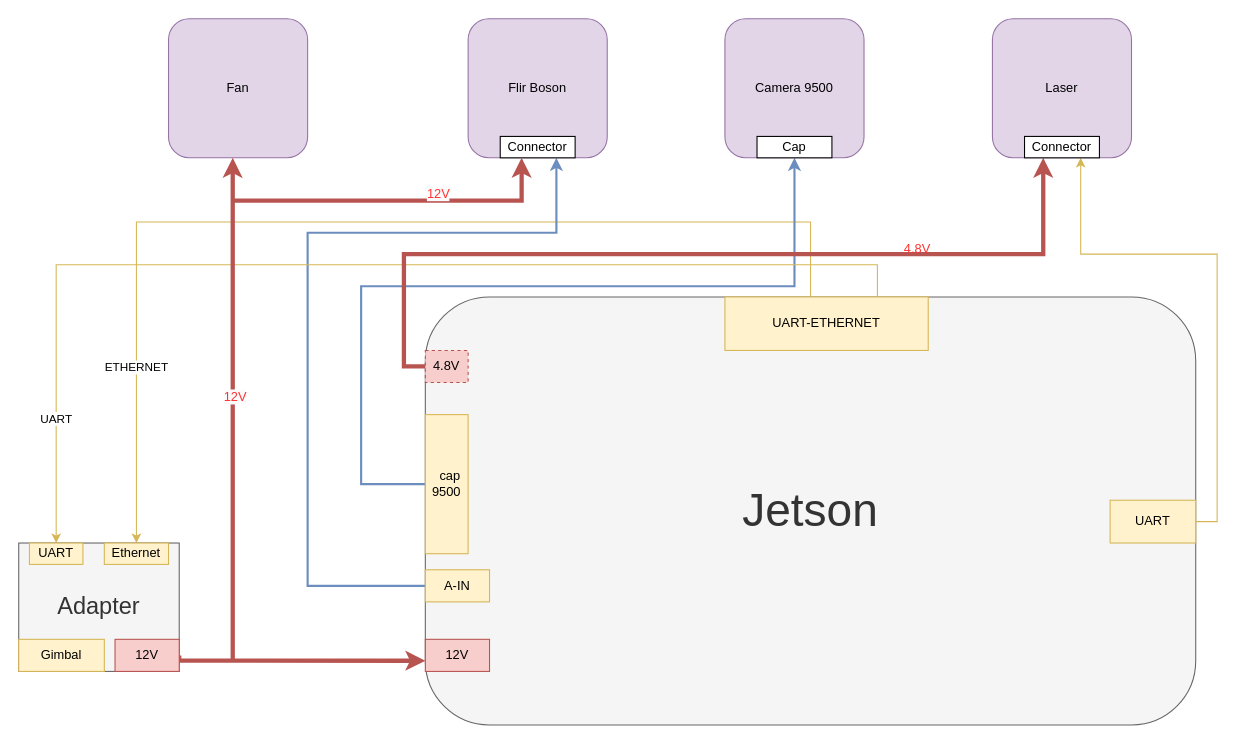
This is Biểu đồ không có tiêu đề.drawio from quang-coder/quang, a draw.io file, before an edit. Source tidied: cells renumbered, new cells numbered last; positions are measured from the earlier drawing's top-left corner, leaving out a move shared by most shapes. Both pictures are drawn from the tidied source at 107%, with x=0, y=0 at pixel (18, 18).
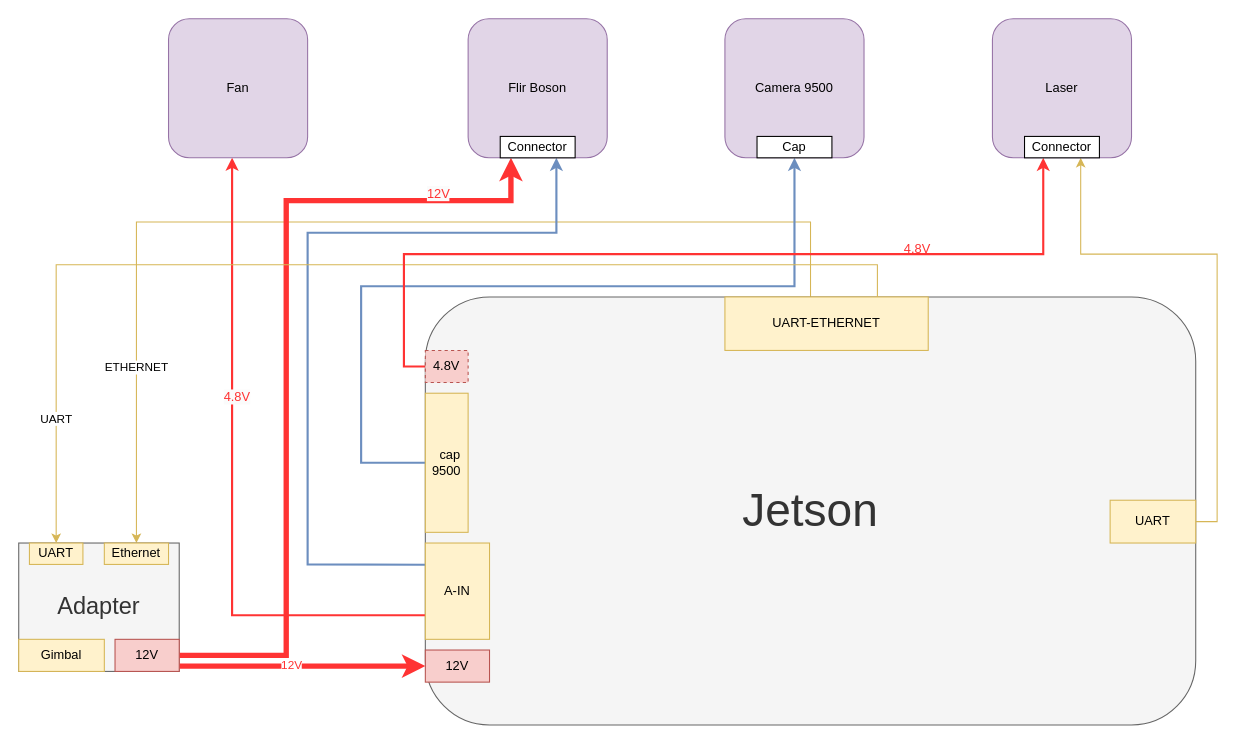
The same page after the edit.

Commit message:
Cập nhật Biểu đồ không có tiêu đề.drawio

Unchanged cells that the change refers to:
```xml
<mxCell id="7" value="12V" style="rounded=0;whiteSpace=wrap;html=1;fillColor=#f8cecc;strokeColor=#b85450;" parent="1" vertex="1">
  <mxGeometry x="90" y="580" width="60" height="30" as="geometry" />
</mxCell>
<mxCell id="19" value="4.8V" style="rounded=0;whiteSpace=wrap;html=1;dashed=1;fillColor=#f8cecc;strokeColor=#b85450;" parent="1" vertex="1">
  <mxGeometry x="380" y="310" width="40" height="30" as="geometry" />
</mxCell>
<mxCell id="23" value="Connector" style="rounded=0;whiteSpace=wrap;html=1;" parent="1" vertex="1">
  <mxGeometry x="450" y="110" width="70" height="20" as="geometry" />
</mxCell>
<mxCell id="24" value="Cap" style="rounded=0;whiteSpace=wrap;html=1;" parent="1" vertex="1">
  <mxGeometry x="690" y="110" width="70" height="20" as="geometry" />
</mxCell>
<mxCell id="25" value="Connector" style="rounded=0;whiteSpace=wrap;html=1;" parent="1" vertex="1">
  <mxGeometry x="940" y="110" width="70" height="20" as="geometry" />
</mxCell>
<mxCell id="29" value="Fan" style="rounded=1;whiteSpace=wrap;html=1;fillColor=#e1d5e7;strokeColor=#9673a6;" parent="1" vertex="1">
  <mxGeometry x="140" width="130" height="130" as="geometry" />
</mxCell>
```

What changed in the source:
```diff
@@
-    <mxCell id="6" style="edgeStyle=orthogonalEdgeStyle;rounded=0;jettySize=auto;html=1;exitX=1;exitY=0.5;exitDx=0;exitDy=0;entryX=0;entryY=0.667;entryDx=0;entryDy=0;fillColor=#f8cecc;strokeColor=#b85450;entryPerimeter=0;strokeWidth=4;" parent="1" edge="1" source="7" target="8">
+    <mxCell id="6" style="edgeStyle=orthogonalEdgeStyle;rounded=0;jettySize=auto;html=1;entryX=0;entryY=0.5;entryDx=0;entryDy=0;strokeWidth=5;strokeColor=#FF3333;" parent="1" edge="1" source="7" target="8">
       <mxGeometry relative="1" as="geometry">
         <Array as="points">
-          <mxPoint x="150" y="600" />
+          <mxPoint x="210" y="605" />
+          <mxPoint x="210" y="605" />
         </Array>
       </mxGeometry>
     </mxCell>
+    <mxCell id="35" value="&lt;font color=&quot;#ff3333&quot;&gt;12V&lt;/font&gt;" style="edgeLabel;html=1;align=center;verticalAlign=middle;" parent="6" vertex="1">
+      <mxGeometry x="-0.1" y="2" relative="1" as="geometry" />
+    </mxCell>
+    <mxCell id="36" style="edgeStyle=orthogonalEdgeStyle;rounded=0;jettySize=auto;html=1;entryX=0.143;entryY=1;entryDx=0;entryDy=0;entryPerimeter=0;strokeWidth=5;strokeColor=#FF3333;" parent="1" edge="1" source="7" target="23">
+      <mxGeometry relative="1" as="geometry">
+        <Array as="points">
+          <mxPoint x="250" y="595" />
+          <mxPoint x="250" y="170" />
+          <mxPoint x="460" y="170" />
+        </Array>
+      </mxGeometry>
+    </mxCell>
@@
     <mxCell id="8" value="12V" style="rounded=0;whiteSpace=wrap;html=1;fillColor=#f8cecc;strokeColor=#b85450;" parent="1" vertex="1">
-      <mxGeometry x="380" y="580" width="60" height="30" as="geometry" />
+      <mxGeometry x="380" y="590" width="60" height="30" as="geometry" />
     </mxCell>
-    <mxCell id="9" style="edgeStyle=orthogonalEdgeStyle;rounded=0;jettySize=auto;html=1;exitX=0;exitY=0.5;exitDx=0;exitDy=0;entryX=0.75;entryY=1;entryDx=0;entryDy=0;fillColor=#dae8fc;strokeColor=#6c8ebf;strokeWidth=2;" parent="1" edge="1" source="10" target="23">
+    <mxCell id="9" style="edgeStyle=orthogonalEdgeStyle;rounded=0;jettySize=auto;html=1;exitX=-0.033;exitY=0.226;exitDx=0;exitDy=0;entryX=0.75;entryY=1;entryDx=0;entryDy=0;fillColor=#dae8fc;strokeColor=#6c8ebf;strokeWidth=2;exitPerimeter=0;" parent="1" edge="1" source="10" target="23">
       <mxGeometry relative="1" as="geometry">
         <Array as="points">
-          <mxPoint x="270" y="530" />
+          <mxPoint x="380" y="510" />
+          <mxPoint x="270" y="510" />
           <mxPoint x="270" y="200" />
-          <mxPoint x="503" y="200" />
+          <mxPoint x="502" y="200" />
         </Array>
       </mxGeometry>
     </mxCell>
+    <mxCell id="37" style="edgeStyle=orthogonalEdgeStyle;rounded=0;jettySize=auto;html=1;exitX=0;exitY=0.75;exitDx=0;exitDy=0;entryX=0.457;entryY=0.999;entryDx=0;entryDy=0;entryPerimeter=0;strokeWidth=2;strokeColor=#FF3333;" parent="1" edge="1" source="10" target="29">
+      <mxGeometry relative="1" as="geometry" />
+    </mxCell>
     <mxCell id="10" value="A-IN" style="rounded=0;whiteSpace=wrap;html=1;fillColor=#fff2cc;strokeColor=#d6b656;" parent="1" vertex="1">
-      <mxGeometry x="380" y="515" width="60" height="30" as="geometry" />
+      <mxGeometry x="380" y="490" width="60" height="90" as="geometry" />
     </mxCell>
     <mxCell id="11" style="edgeStyle=orthogonalEdgeStyle;rounded=0;jettySize=auto;html=1;exitX=0;exitY=0.5;exitDx=0;exitDy=0;entryX=0.5;entryY=1;entryDx=0;entryDy=0;fillColor=#dae8fc;strokeColor=#6c8ebf;strokeWidth=2;" parent="1" edge="1" source="12" target="24">
       <mxGeometry relative="1" as="geometry">
         <Array as="points">
-          <mxPoint x="320" y="435" />
+          <mxPoint x="320" y="415" />
           <mxPoint x="320" y="250" />
           <mxPoint x="725" y="250" />
         </Array>
       </mxGeometry>
     </mxCell>
     <mxCell id="12" value="&amp;nbsp; cap 9500" style="rounded=0;whiteSpace=wrap;html=1;fillColor=#fff2cc;strokeColor=#d6b656;" parent="1" vertex="1">
-      <mxGeometry x="380" y="370" width="40" height="130" as="geometry" />
+      <mxGeometry x="380" y="350" width="40" height="130" as="geometry" />
     </mxCell>
@@
-    <mxCell id="18" style="edgeStyle=orthogonalEdgeStyle;rounded=0;jettySize=auto;html=1;exitX=0;exitY=0.5;exitDx=0;exitDy=0;entryX=0.25;entryY=1;entryDx=0;entryDy=0;fillColor=#f8cecc;strokeColor=#b85450;strokeWidth=4;" parent="1" edge="1" source="19" target="25">
+    <mxCell id="18" style="edgeStyle=orthogonalEdgeStyle;rounded=0;jettySize=auto;html=1;exitX=0;exitY=0.5;exitDx=0;exitDy=0;entryX=0.25;entryY=1;entryDx=0;entryDy=0;fillColor=#f8cecc;strokeColor=#FF3333;strokeWidth=2;" parent="1" edge="1" source="19" target="25">
       <mxGeometry relative="1" as="geometry" />
     </mxCell>
@@
-    <mxCell id="30" style="endArrow=classic;html=1;rounded=0;fillColor=#f8cecc;strokeColor=#b85450;entryX=0.462;entryY=1;entryDx=0;entryDy=0;entryPerimeter=0;strokeWidth=4;" parent="1" edge="1" target="29">
-      <mxGeometry relative="1" as="geometry">
-        <mxPoint x="200" y="600" as="sourcePoint" />
-        <Array as="points">
-          <mxPoint x="200" y="580" />
-          <mxPoint x="200" y="400" />
-          <mxPoint x="200" y="170" />
-          <mxPoint x="200" y="140" />
-        </Array>
-      </mxGeometry>
-    </mxCell>
-    <mxCell id="31" style="endArrow=classic;html=1;rounded=0;fillColor=#f8cecc;strokeColor=#b85450;entryX=0.286;entryY=1;entryDx=0;entryDy=0;entryPerimeter=0;strokeWidth=4;" parent="1" edge="1" target="23">
-      <mxGeometry relative="1" as="geometry">
-        <mxPoint x="200" y="170" as="sourcePoint" />
-        <Array as="points">
-          <mxPoint x="470" y="170" />
-        </Array>
-      </mxGeometry>
-    </mxCell>
@@
-    <mxCell id="34" value="&lt;span style=&quot;color: rgb(255, 51, 51); font-family: Helvetica; font-size: 12px; font-style: normal; font-variant-ligatures: normal; font-variant-caps: normal; font-weight: 400; letter-spacing: normal; orphans: 2; text-align: center; text-indent: 0px; text-transform: none; widows: 2; word-spacing: 0px; -webkit-text-stroke-width: 0px; background-color: rgb(251, 251, 251); text-decoration-thickness: initial; text-decoration-style: initial; text-decoration-color: initial; float: none; display: inline !important;&quot;&gt;12V&lt;/span&gt;" style="text;whiteSpace=wrap;html=1;fontColor=#FF3333;" parent="1" vertex="1">
+    <mxCell id="34" value="&lt;span style=&quot;color: rgb(255, 51, 51); font-family: Helvetica; font-size: 12px; font-style: normal; font-variant-ligatures: normal; font-variant-caps: normal; font-weight: 400; letter-spacing: normal; orphans: 2; text-align: center; text-indent: 0px; text-transform: none; widows: 2; word-spacing: 0px; -webkit-text-stroke-width: 0px; background-color: rgb(251, 251, 251); text-decoration-thickness: initial; text-decoration-style: initial; text-decoration-color: initial; float: none; display: inline !important;&quot;&gt;4.8V&lt;br&gt;&lt;br&gt;&lt;/span&gt;" style="text;whiteSpace=wrap;html=1;fontColor=#FF3333;" parent="1" vertex="1">
       <mxGeometry x="190" y="340" width="60" height="40" as="geometry" />
     </mxCell>
```
